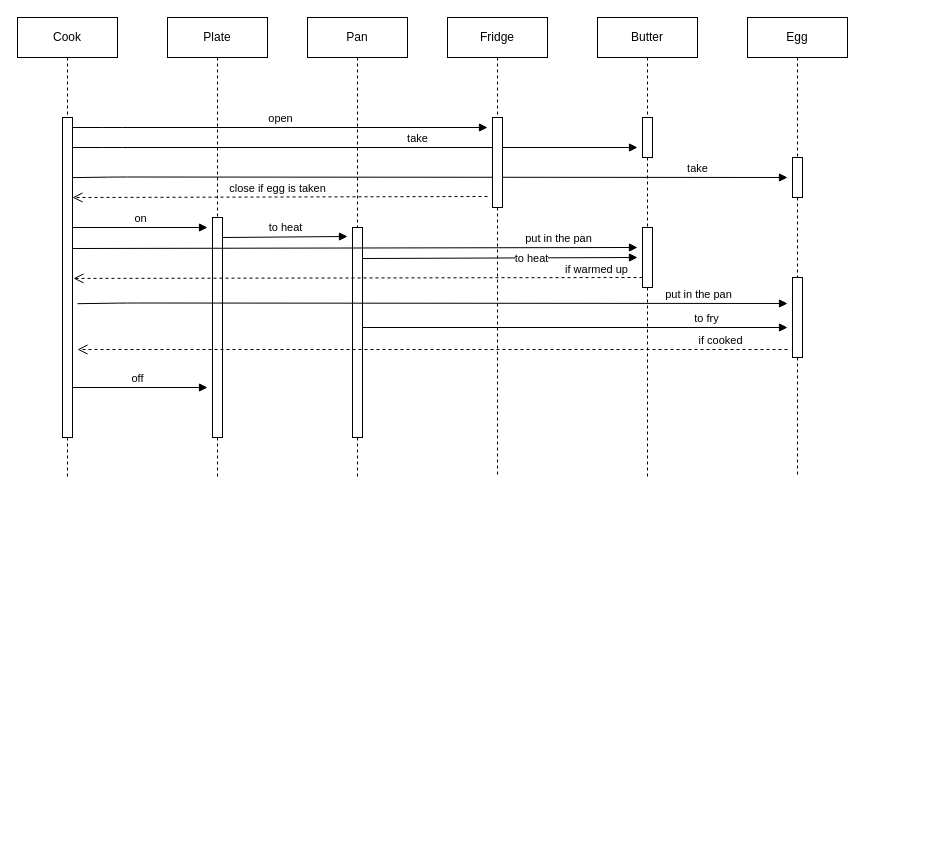
Earlier version of the draw.io diagram Untitled Diagram.drawio (Bogdan0012/UML-works). Source tidied: cells renumbered, new cells numbered last; positions are measured from the earlier drawing's top-left corner, leaving out a move shared by most shapes. Both pictures are drawn from the tidied source at 100%, with x=0, y=0 at pixel (17, 17).
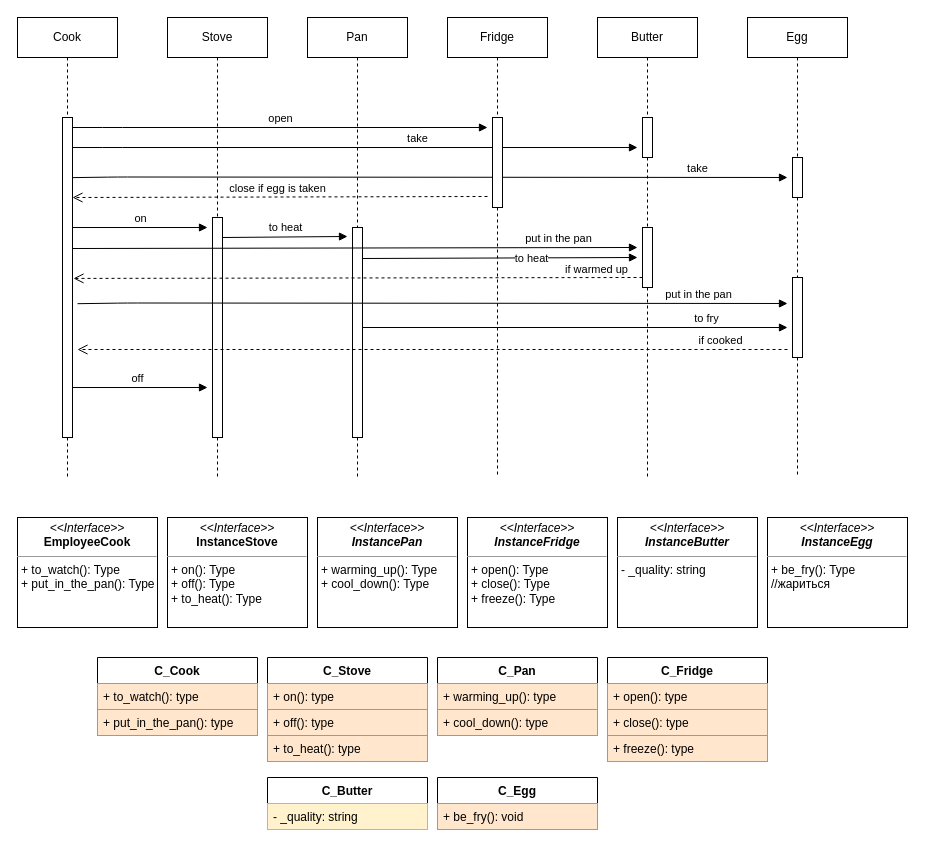
The same diagram, later.

Diff of the diagram source:
```diff
@@
-    <mxCell id="3" value="Plate" style="shape=umlLifeline;perimeter=lifelinePerimeter;whiteSpace=wrap;html=1;" parent="1" vertex="1">
+    <mxCell id="3" value="Stove" style="shape=umlLifeline;perimeter=lifelinePerimeter;whiteSpace=wrap;html=1;" parent="1" vertex="1">
       <mxGeometry x="150" width="100" height="200" as="geometry" />
     </mxCell>
@@
+    <mxCell id="29" value="&lt;p style=&quot;margin: 0px ; margin-top: 4px ; text-align: center&quot;&gt;&lt;i&gt;&amp;lt;&amp;lt;Interface&amp;gt;&amp;gt;&lt;/i&gt;&lt;br&gt;&lt;b&gt;EmployeeCook&lt;/b&gt;&lt;/p&gt;&lt;hr size=&quot;1&quot;&gt;&lt;p style=&quot;margin: 0px ; margin-left: 4px&quot;&gt;+ to_watch(): Type&lt;br&gt;&lt;/p&gt;&lt;p style=&quot;margin: 0px ; margin-left: 4px&quot;&gt;+ put_in_the_pan(): Type&lt;br&gt;&lt;/p&gt;" style="verticalAlign=top;align=left;overflow=fill;fontSize=12;fontFamily=Helvetica;html=1;" parent="1" vertex="1">
+      <mxGeometry y="500" width="140" height="110" as="geometry" />
+    </mxCell>
+    <mxCell id="30" value="&lt;p style=&quot;margin: 0px ; margin-top: 4px ; text-align: center&quot;&gt;&lt;i&gt;&amp;lt;&amp;lt;Interface&amp;gt;&amp;gt;&lt;/i&gt;&lt;br&gt;&lt;b&gt;InstanceStove&lt;/b&gt;&lt;/p&gt;&lt;hr size=&quot;1&quot;&gt;&lt;p style=&quot;margin: 0px ; margin-left: 4px&quot;&gt;&lt;span&gt;+ on(): Type&lt;/span&gt;&lt;br&gt;&lt;/p&gt;&lt;p style=&quot;margin: 0px ; margin-left: 4px&quot;&gt;+ off(): Type&lt;/p&gt;&lt;p style=&quot;margin: 0px ; margin-left: 4px&quot;&gt;+ to_heat(): Type&lt;/p&gt;" style="verticalAlign=top;align=left;overflow=fill;fontSize=12;fontFamily=Helvetica;html=1;" parent="1" vertex="1">
+      <mxGeometry x="150" y="500" width="140" height="110" as="geometry" />
+    </mxCell>
+    <mxCell id="31" value="&lt;p style=&quot;margin: 0px ; margin-top: 4px ; text-align: center&quot;&gt;&lt;i&gt;&amp;lt;&amp;lt;Interface&amp;gt;&amp;gt;&lt;/i&gt;&lt;br&gt;&lt;i&gt;&lt;b&gt;InstancePan&lt;/b&gt;&lt;/i&gt;&lt;br&gt;&lt;/p&gt;&lt;hr size=&quot;1&quot;&gt;&lt;p style=&quot;margin: 0px ; margin-left: 4px&quot;&gt;+ warming_up(): Type&lt;br&gt;+ cool_down(): Type&lt;/p&gt;" style="verticalAlign=top;align=left;overflow=fill;fontSize=12;fontFamily=Helvetica;html=1;" parent="1" vertex="1">
+      <mxGeometry x="300" y="500" width="140" height="110" as="geometry" />
+    </mxCell>
+    <mxCell id="32" value="&lt;p style=&quot;margin: 0px ; margin-top: 4px ; text-align: center&quot;&gt;&lt;i&gt;&amp;lt;&amp;lt;Interface&amp;gt;&amp;gt;&lt;/i&gt;&lt;br&gt;&lt;i&gt;&lt;b&gt;InstanceFridge&lt;/b&gt;&lt;/i&gt;&lt;br&gt;&lt;/p&gt;&lt;hr size=&quot;1&quot;&gt;&lt;p style=&quot;margin: 0px ; margin-left: 4px&quot;&gt;+ open(): Type&lt;br&gt;+ close(): Type&lt;/p&gt;&lt;p style=&quot;margin: 0px ; margin-left: 4px&quot;&gt;+ freeze(): Type&lt;/p&gt;" style="verticalAlign=top;align=left;overflow=fill;fontSize=12;fontFamily=Helvetica;html=1;" parent="1" vertex="1">
+      <mxGeometry x="450" y="500" width="140" height="110" as="geometry" />
+    </mxCell>
+    <mxCell id="33" value="&lt;p style=&quot;margin: 0px ; margin-top: 4px ; text-align: center&quot;&gt;&lt;i&gt;&amp;lt;&amp;lt;Interface&amp;gt;&amp;gt;&lt;/i&gt;&lt;br&gt;&lt;i&gt;&lt;b&gt;InstanceButter&lt;/b&gt;&lt;/i&gt;&lt;br&gt;&lt;/p&gt;&lt;hr size=&quot;1&quot;&gt;&lt;p style=&quot;margin: 0px ; margin-left: 4px&quot;&gt;- _quality: string&lt;br&gt;&lt;/p&gt;" style="verticalAlign=top;align=left;overflow=fill;fontSize=12;fontFamily=Helvetica;html=1;" parent="1" vertex="1">
+      <mxGeometry x="600" y="500" width="140" height="110" as="geometry" />
+    </mxCell>
+    <mxCell id="34" value="&lt;p style=&quot;margin: 0px ; margin-top: 4px ; text-align: center&quot;&gt;&lt;i&gt;&amp;lt;&amp;lt;Interface&amp;gt;&amp;gt;&lt;/i&gt;&lt;br&gt;&lt;i&gt;&lt;b&gt;InstanceEgg&lt;/b&gt;&lt;/i&gt;&lt;br&gt;&lt;/p&gt;&lt;hr size=&quot;1&quot;&gt;&lt;p style=&quot;margin: 0px ; margin-left: 4px&quot;&gt;+ be_fry(): Type&lt;br&gt;&lt;/p&gt;&lt;p style=&quot;margin: 0px ; margin-left: 4px&quot;&gt;//жариться&lt;/p&gt;" style="verticalAlign=top;align=left;overflow=fill;fontSize=12;fontFamily=Helvetica;html=1;" parent="1" vertex="1">
+      <mxGeometry x="750" y="500" width="140" height="110" as="geometry" />
+    </mxCell>
+    <mxCell id="35" value="C_Cook" style="swimlane;fontStyle=1;align=center;verticalAlign=top;horizontal=1;startSize=26;" parent="1" vertex="1">
+      <mxGeometry x="80" y="640" width="160" height="78" as="geometry" />
+    </mxCell>
+    <mxCell id="36" value="+ to_watch(): type" style="text;strokeColor=#d79b00;fillColor=#ffe6cc;align=left;verticalAlign=top;spacingLeft=4;spacingRight=4;overflow=hidden;" parent="35" vertex="1">
+      <mxGeometry y="26" width="160" height="26" as="geometry" />
+    </mxCell>
+    <mxCell id="37" value="+ put_in_the_pan(): type" style="text;strokeColor=#d79b00;fillColor=#ffe6cc;align=left;verticalAlign=top;spacingLeft=4;spacingRight=4;overflow=hidden;" parent="35" vertex="1">
+      <mxGeometry y="52" width="160" height="26" as="geometry" />
+    </mxCell>
+    <mxCell id="38" value="C_Stove" style="swimlane;fontStyle=1;align=center;verticalAlign=top;horizontal=1;startSize=26;" parent="1" vertex="1">
+      <mxGeometry x="250" y="640" width="160" height="104" as="geometry" />
+    </mxCell>
+    <mxCell id="39" value="+ on(): type" style="text;strokeColor=#d79b00;fillColor=#ffe6cc;align=left;verticalAlign=top;spacingLeft=4;spacingRight=4;overflow=hidden;" parent="38" vertex="1">
+      <mxGeometry y="26" width="160" height="26" as="geometry" />
+    </mxCell>
+    <mxCell id="40" value="+ off(): type" style="text;strokeColor=#d79b00;fillColor=#ffe6cc;align=left;verticalAlign=top;spacingLeft=4;spacingRight=4;overflow=hidden;" parent="38" vertex="1">
+      <mxGeometry y="52" width="160" height="26" as="geometry" />
+    </mxCell>
+    <mxCell id="41" value="+ to_heat(): type" style="text;strokeColor=#d79b00;fillColor=#ffe6cc;align=left;verticalAlign=top;spacingLeft=4;spacingRight=4;overflow=hidden;" parent="38" vertex="1">
+      <mxGeometry y="78" width="160" height="26" as="geometry" />
+    </mxCell>
+    <mxCell id="42" value="C_Pan" style="swimlane;fontStyle=1;align=center;verticalAlign=top;horizontal=1;startSize=26;" parent="1" vertex="1">
+      <mxGeometry x="420" y="640" width="160" height="78" as="geometry" />
+    </mxCell>
+    <mxCell id="43" value="+ warming_up(): type" style="text;strokeColor=#d79b00;fillColor=#ffe6cc;align=left;verticalAlign=top;spacingLeft=4;spacingRight=4;overflow=hidden;" parent="42" vertex="1">
+      <mxGeometry y="26" width="160" height="26" as="geometry" />
+    </mxCell>
+    <mxCell id="44" value="+ cool_down(): type" style="text;strokeColor=#d79b00;fillColor=#ffe6cc;align=left;verticalAlign=top;spacingLeft=4;spacingRight=4;overflow=hidden;" parent="42" vertex="1">
+      <mxGeometry y="52" width="160" height="26" as="geometry" />
+    </mxCell>
+    <mxCell id="45" value="C_Fridge" style="swimlane;fontStyle=1;align=center;verticalAlign=top;horizontal=1;startSize=26;" parent="1" vertex="1">
+      <mxGeometry x="590" y="640" width="160" height="104" as="geometry" />
+    </mxCell>
+    <mxCell id="46" value="+ open(): type" style="text;strokeColor=#d79b00;fillColor=#ffe6cc;align=left;verticalAlign=top;spacingLeft=4;spacingRight=4;overflow=hidden;" parent="45" vertex="1">
+      <mxGeometry y="26" width="160" height="26" as="geometry" />
+    </mxCell>
+    <mxCell id="47" value="+ close(): type" style="text;strokeColor=#d79b00;fillColor=#ffe6cc;align=left;verticalAlign=top;spacingLeft=4;spacingRight=4;overflow=hidden;" parent="45" vertex="1">
+      <mxGeometry y="52" width="160" height="26" as="geometry" />
+    </mxCell>
+    <mxCell id="48" value="+ freeze(): type" style="text;strokeColor=#d79b00;fillColor=#ffe6cc;align=left;verticalAlign=top;spacingLeft=4;spacingRight=4;overflow=hidden;" parent="45" vertex="1">
+      <mxGeometry y="78" width="160" height="26" as="geometry" />
+    </mxCell>
+    <mxCell id="49" value="C_Butter" style="swimlane;fontStyle=1;align=center;verticalAlign=top;horizontal=1;startSize=26;" parent="1" vertex="1">
+      <mxGeometry x="250" y="760" width="160" height="52" as="geometry" />
+    </mxCell>
+    <mxCell id="50" value="- _quality: string" style="text;strokeColor=#d6b656;fillColor=#fff2cc;align=left;verticalAlign=top;spacingLeft=4;spacingRight=4;overflow=hidden;" parent="49" vertex="1">
+      <mxGeometry y="26" width="160" height="26" as="geometry" />
+    </mxCell>
+    <mxCell id="51" value="C_Egg" style="swimlane;fontStyle=1;align=center;verticalAlign=top;horizontal=1;startSize=26;" parent="1" vertex="1">
+      <mxGeometry x="420" y="760" width="160" height="52" as="geometry" />
+    </mxCell>
+    <mxCell id="52" value="+ be_fry(): void" style="text;strokeColor=#d79b00;fillColor=#ffe6cc;align=left;verticalAlign=top;spacingLeft=4;spacingRight=4;overflow=hidden;" parent="51" vertex="1">
+      <mxGeometry y="26" width="160" height="26" as="geometry" />
+    </mxCell>
```
